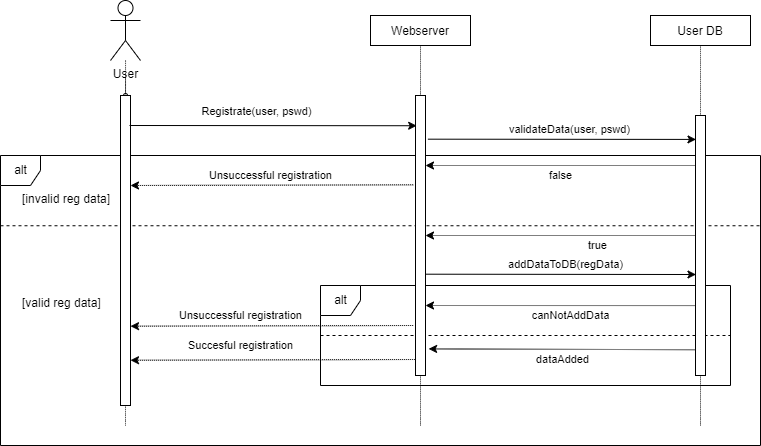
Earlier version of the draw.io export Diagrams/sequence/registration.png (rittakos/CreaTeam-ComputerSecurity). Source tidied: cells renumbered, new cells last; positions are measured from the earlier drawing's top-left corner, leaving out a move shared by most shapes.
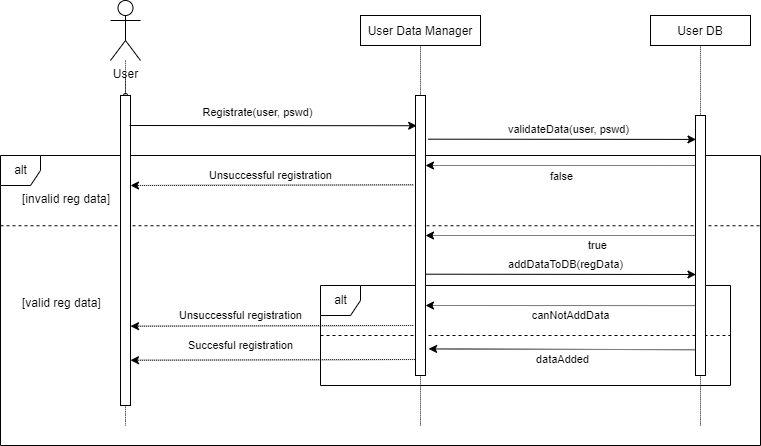
After the change.

What changed in the source:
```diff
@@ -94,8 +94,8 @@
         <mxPoint x="420" y="425" as="sourcePoint" />
       </mxGeometry>
     </mxCell>
-    <mxCell id="24" value="Webserver" style="rounded=0;dashed=0;" parent="1" vertex="1">
-      <mxGeometry x="370" y="15" width="100" height="30" as="geometry" />
+    <mxCell id="24" value="User Data Manager" style="rounded=0;dashed=0;" parent="1" vertex="1">
+      <mxGeometry x="360" y="15" width="120" height="30" as="geometry" />
     </mxCell>
     <mxCell id="25" style="html=1;verticalAlign=bottom;startArrow=none;endArrow=none;dashed=1;rounded=0;dashPattern=1 1;endSize=4;curved=1;" parent="1" edge="1" source="26" target="24">
       <mxGeometry relative="1" as="geometry" />
```
